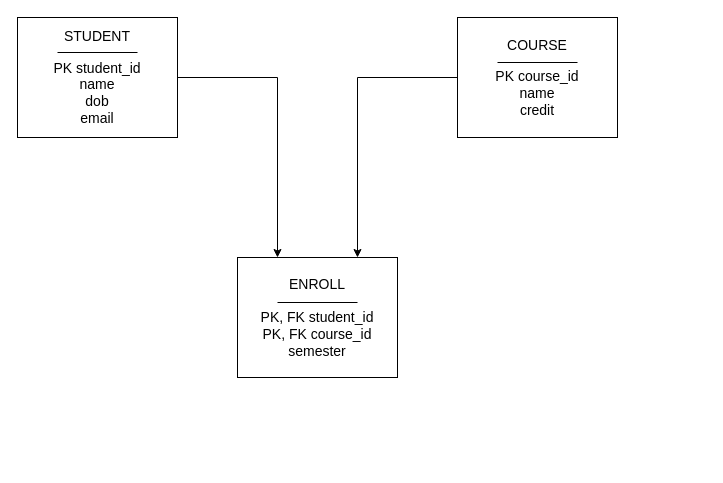
Before: ERD.drawio in chongaboi2005/CNPM, a draw.io diagram. Source tidied: cells renumbered, new cells numbered last; positions are measured from the earlier drawing's top-left corner, leaving out a move shared by most shapes. Both pictures are drawn from the tidied source at 100%, with x=0, y=0 at pixel (17, 17).
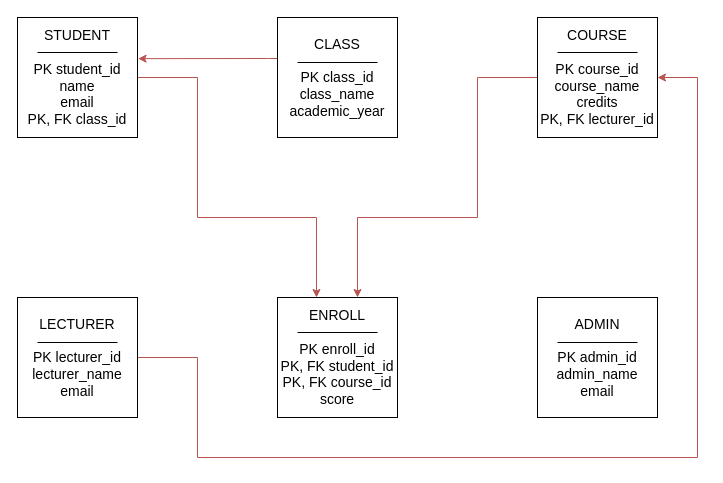
The same diagram, later.

What changed in the source:
```diff
@@
-    <mxCell id="2" style="edgeStyle=orthogonalEdgeStyle;rounded=0;jettySize=auto;html=1;entryX=0.25;entryY=0;entryDx=0;entryDy=0;" parent="1" edge="1" source="3" target="8">
-      <mxGeometry relative="1" as="geometry" />
-    </mxCell>
-    <mxCell id="3" value="&lt;font style=&quot;font-size: 14px;&quot;&gt;STUDENT&lt;/font&gt;&lt;div&gt;&lt;br&gt;&lt;/div&gt;&lt;div&gt;&lt;font style=&quot;font-size: 14px;&quot;&gt;PK student_id&lt;/font&gt;&lt;/div&gt;&lt;div&gt;&lt;font style=&quot;font-size: 14px;&quot;&gt;name&lt;/font&gt;&lt;/div&gt;&lt;div&gt;&lt;font style=&quot;font-size: 14px;&quot;&gt;dob&lt;/font&gt;&lt;/div&gt;&lt;div&gt;&lt;font style=&quot;font-size: 14px;&quot;&gt;email&lt;/font&gt;&lt;/div&gt;" style="whiteSpace=wrap;html=1;align=center;" parent="1" vertex="1">
-      <mxGeometry width="160" height="120" as="geometry" />
-    </mxCell>
-    <mxCell id="4" style="line;strokeWidth=1;dashed=0;labelPosition=right;align=left;verticalAlign=middle;spacingTop=0;spacingLeft=6;" parent="1" vertex="1">
-      <mxGeometry x="40" y="30" width="80" height="10" as="geometry" />
-    </mxCell>
-    <mxCell id="5" style="edgeStyle=orthogonalEdgeStyle;rounded=0;jettySize=auto;html=1;entryX=0.75;entryY=0;entryDx=0;entryDy=0;" parent="1" edge="1" source="6" target="8">
-      <mxGeometry relative="1" as="geometry" />
-    </mxCell>
-    <mxCell id="6" value="&lt;span style=&quot;font-size: 14px;&quot;&gt;COURSE&lt;/span&gt;&lt;div&gt;&lt;br&gt;&lt;/div&gt;&lt;div&gt;&lt;span style=&quot;font-size: 14px;&quot;&gt;PK course_id&lt;/span&gt;&lt;/div&gt;&lt;div&gt;&lt;span style=&quot;font-size: 14px;&quot;&gt;name&lt;/span&gt;&lt;/div&gt;&lt;div&gt;&lt;span style=&quot;font-size: 14px;&quot;&gt;credit&lt;/span&gt;&lt;/div&gt;" style="whiteSpace=wrap;html=1;align=center;" parent="1" vertex="1">
-      <mxGeometry x="440" width="160" height="120" as="geometry" />
-    </mxCell>
-    <mxCell id="7" style="line;strokeWidth=1;dashed=0;labelPosition=right;align=left;verticalAlign=middle;spacingTop=0;spacingLeft=6;" parent="1" vertex="1">
-      <mxGeometry x="480" y="40" width="80" height="10" as="geometry" />
-    </mxCell>
-    <mxCell id="8" value="&lt;span style=&quot;font-size: 14px;&quot;&gt;ENROLL&lt;/span&gt;&lt;div&gt;&lt;span style=&quot;font-size: 14px;&quot;&gt;&lt;br&gt;&lt;/span&gt;&lt;/div&gt;&lt;div&gt;&lt;span style=&quot;font-size: 14px;&quot;&gt;PK, FK student_id&lt;/span&gt;&lt;/div&gt;&lt;div&gt;&lt;span style=&quot;font-size: 14px;&quot;&gt;PK, FK course_id&lt;/span&gt;&lt;/div&gt;&lt;div&gt;&lt;span style=&quot;font-size: 14px;&quot;&gt;semester&lt;/span&gt;&lt;/div&gt;" style="whiteSpace=wrap;html=1;align=center;" parent="1" vertex="1">
-      <mxGeometry x="220" y="240" width="160" height="120" as="geometry" />
-    </mxCell>
-    <mxCell id="9" style="line;strokeWidth=1;dashed=0;labelPosition=right;align=left;verticalAlign=middle;spacingTop=0;spacingLeft=6;" parent="1" vertex="1">
-      <mxGeometry x="260" y="280" width="80" height="10" as="geometry" />
-    </mxCell>
+    <mxCell id="10" style="edgeStyle=orthogonalEdgeStyle;rounded=0;jettySize=auto;html=1;fillColor=#f8cecc;strokeColor=#b85450;" parent="1" edge="1" source="11" target="16">
+      <mxGeometry relative="1" as="geometry">
+        <Array as="points">
+          <mxPoint x="180" y="60" />
+          <mxPoint x="180" y="200" />
+          <mxPoint x="299" y="200" />
+        </Array>
+      </mxGeometry>
+    </mxCell>
+    <mxCell id="11" value="&lt;font style=&quot;font-size: 14px;&quot;&gt;STUDENT&lt;/font&gt;&lt;div&gt;&lt;font style=&quot;font-size: 14px;&quot;&gt;&lt;br&gt;&lt;/font&gt;&lt;/div&gt;&lt;div&gt;&lt;font style=&quot;font-size: 14px;&quot;&gt;PK student_id&lt;/font&gt;&lt;/div&gt;&lt;div&gt;&lt;font style=&quot;font-size: 14px;&quot;&gt;name&lt;/font&gt;&lt;/div&gt;&lt;div&gt;&lt;font style=&quot;font-size: 14px;&quot;&gt;email&lt;/font&gt;&lt;/div&gt;&lt;div&gt;&lt;font style=&quot;font-size: 14px;&quot;&gt;PK, FK class_id&lt;/font&gt;&lt;/div&gt;" style="whiteSpace=wrap;html=1;align=center;" parent="1" vertex="1">
+      <mxGeometry width="120" height="120" as="geometry" />
+    </mxCell>
+    <mxCell id="12" style="edgeStyle=orthogonalEdgeStyle;rounded=0;jettySize=auto;html=1;entryX=1.005;entryY=0.343;entryDx=0;entryDy=0;entryPerimeter=0;fillColor=#f8cecc;strokeColor=#b85450;" parent="1" edge="1" source="13" target="11">
+      <mxGeometry relative="1" as="geometry">
+        <Array as="points">
+          <mxPoint x="250" y="41" />
+          <mxPoint x="250" y="41" />
+        </Array>
+      </mxGeometry>
+    </mxCell>
+    <mxCell id="13" value="&lt;font style=&quot;font-size: 14px;&quot;&gt;CLASS&lt;/font&gt;&lt;div&gt;&lt;font style=&quot;font-size: 14px;&quot;&gt;&lt;br&gt;&lt;/font&gt;&lt;/div&gt;&lt;div&gt;&lt;font style=&quot;font-size: 14px;&quot;&gt;PK class_id&lt;/font&gt;&lt;/div&gt;&lt;div&gt;&lt;font style=&quot;font-size: 14px;&quot;&gt;class_name&lt;/font&gt;&lt;/div&gt;&lt;div&gt;&lt;font style=&quot;font-size: 14px;&quot;&gt;academic_year&lt;/font&gt;&lt;/div&gt;" style="whiteSpace=wrap;html=1;align=center;" parent="1" vertex="1">
+      <mxGeometry x="260" width="120" height="120" as="geometry" />
+    </mxCell>
+    <mxCell id="14" style="edgeStyle=orthogonalEdgeStyle;rounded=0;jettySize=auto;html=1;entryX=1;entryY=0.5;entryDx=0;entryDy=0;fillColor=#f8cecc;strokeColor=#b85450;" parent="1" edge="1" source="15" target="19">
+      <mxGeometry relative="1" as="geometry">
+        <Array as="points">
+          <mxPoint x="180" y="340" />
+          <mxPoint x="180" y="440" />
+          <mxPoint x="680" y="440" />
+          <mxPoint x="680" y="60" />
+        </Array>
+      </mxGeometry>
+    </mxCell>
+    <mxCell id="15" value="&lt;font style=&quot;font-size: 14px;&quot;&gt;LECTURER&lt;/font&gt;&lt;div&gt;&lt;font style=&quot;font-size: 14px;&quot;&gt;&lt;br&gt;&lt;/font&gt;&lt;/div&gt;&lt;div&gt;&lt;font style=&quot;font-size: 14px;&quot;&gt;PK lecturer_id&lt;/font&gt;&lt;/div&gt;&lt;div&gt;&lt;font style=&quot;font-size: 14px;&quot;&gt;lecturer_name&lt;/font&gt;&lt;/div&gt;&lt;div&gt;&lt;font style=&quot;font-size: 14px;&quot;&gt;email&lt;/font&gt;&lt;/div&gt;" style="whiteSpace=wrap;html=1;align=center;" parent="1" vertex="1">
+      <mxGeometry y="280" width="120" height="120" as="geometry" />
+    </mxCell>
+    <mxCell id="16" value="&lt;font style=&quot;font-size: 14px;&quot;&gt;ENROLL&lt;/font&gt;&lt;div&gt;&lt;font style=&quot;font-size: 14px;&quot;&gt;&lt;br&gt;&lt;/font&gt;&lt;/div&gt;&lt;div&gt;&lt;font style=&quot;font-size: 14px;&quot;&gt;PK enroll_id&lt;/font&gt;&lt;/div&gt;&lt;div&gt;&lt;font style=&quot;font-size: 14px;&quot;&gt;PK, FK student_id&lt;/font&gt;&lt;/div&gt;&lt;div&gt;&lt;font style=&quot;font-size: 14px;&quot;&gt;PK, FK course_id&lt;/font&gt;&lt;/div&gt;&lt;div&gt;&lt;font style=&quot;font-size: 14px;&quot;&gt;score&lt;/font&gt;&lt;/div&gt;" style="whiteSpace=wrap;html=1;align=center;" parent="1" vertex="1">
+      <mxGeometry x="260" y="280" width="120" height="120" as="geometry" />
+    </mxCell>
+    <mxCell id="17" value="&lt;font style=&quot;font-size: 14px;&quot;&gt;ADMIN&lt;/font&gt;&lt;div&gt;&lt;font style=&quot;font-size: 14px;&quot;&gt;&lt;br&gt;&lt;/font&gt;&lt;/div&gt;&lt;div&gt;&lt;font style=&quot;font-size: 14px;&quot;&gt;PK admin_id&lt;/font&gt;&lt;/div&gt;&lt;div&gt;&lt;font style=&quot;font-size: 14px;&quot;&gt;admin_name&lt;/font&gt;&lt;/div&gt;&lt;div&gt;&lt;font style=&quot;font-size: 14px;&quot;&gt;email&lt;/font&gt;&lt;/div&gt;" style="whiteSpace=wrap;html=1;align=center;" parent="1" vertex="1">
+      <mxGeometry x="520" y="280" width="120" height="120" as="geometry" />
+    </mxCell>
+    <mxCell id="18" style="edgeStyle=orthogonalEdgeStyle;rounded=0;jettySize=auto;html=1;fillColor=#f8cecc;strokeColor=#b85450;" parent="1" edge="1" source="19" target="16">
+      <mxGeometry relative="1" as="geometry">
+        <Array as="points">
+          <mxPoint x="460" y="60" />
+          <mxPoint x="460" y="200" />
+          <mxPoint x="340" y="200" />
+        </Array>
+      </mxGeometry>
+    </mxCell>
+    <mxCell id="19" value="&lt;font style=&quot;font-size: 14px;&quot;&gt;COURSE&lt;/font&gt;&lt;div&gt;&lt;font style=&quot;font-size: 14px;&quot;&gt;&lt;br&gt;&lt;/font&gt;&lt;/div&gt;&lt;div&gt;&lt;font style=&quot;font-size: 14px;&quot;&gt;PK course_id&lt;/font&gt;&lt;/div&gt;&lt;div&gt;&lt;font style=&quot;font-size: 14px;&quot;&gt;course_name&lt;/font&gt;&lt;/div&gt;&lt;div&gt;&lt;font style=&quot;font-size: 14px;&quot;&gt;credits&lt;/font&gt;&lt;/div&gt;&lt;div&gt;&lt;font style=&quot;font-size: 14px;&quot;&gt;PK, FK lecturer_id&lt;/font&gt;&lt;/div&gt;" style="whiteSpace=wrap;html=1;align=center;" parent="1" vertex="1">
+      <mxGeometry x="520" width="120" height="120" as="geometry" />
+    </mxCell>
+    <mxCell id="20" style="line;strokeWidth=1;dashed=0;labelPosition=right;align=left;verticalAlign=middle;spacingTop=0;spacingLeft=6;" parent="1" vertex="1">
+      <mxGeometry x="20" y="30" width="80" height="10" as="geometry" />
+    </mxCell>
+    <mxCell id="21" style="line;strokeWidth=1;dashed=0;labelPosition=right;align=left;verticalAlign=middle;spacingTop=0;spacingLeft=6;" parent="1" vertex="1">
+      <mxGeometry x="280" y="310" width="80" height="10" as="geometry" />
+    </mxCell>
+    <mxCell id="22" style="line;strokeWidth=1;dashed=0;labelPosition=right;align=left;verticalAlign=middle;spacingTop=0;spacingLeft=6;" parent="1" vertex="1">
+      <mxGeometry x="280" y="40" width="80" height="10" as="geometry" />
+    </mxCell>
+    <mxCell id="23" style="line;strokeWidth=1;dashed=0;labelPosition=right;align=left;verticalAlign=middle;spacingTop=0;spacingLeft=6;" parent="1" vertex="1">
+      <mxGeometry x="540" y="320" width="80" height="10" as="geometry" />
+    </mxCell>
+    <mxCell id="24" style="line;strokeWidth=1;dashed=0;labelPosition=right;align=left;verticalAlign=middle;spacingTop=0;spacingLeft=6;" parent="1" vertex="1">
+      <mxGeometry x="20" y="320" width="80" height="10" as="geometry" />
+    </mxCell>
+    <mxCell id="25" style="line;strokeWidth=1;dashed=0;labelPosition=right;align=left;verticalAlign=middle;spacingTop=0;spacingLeft=6;" parent="1" vertex="1">
+      <mxGeometry x="540" y="30" width="80" height="10" as="geometry" />
+    </mxCell>
```
